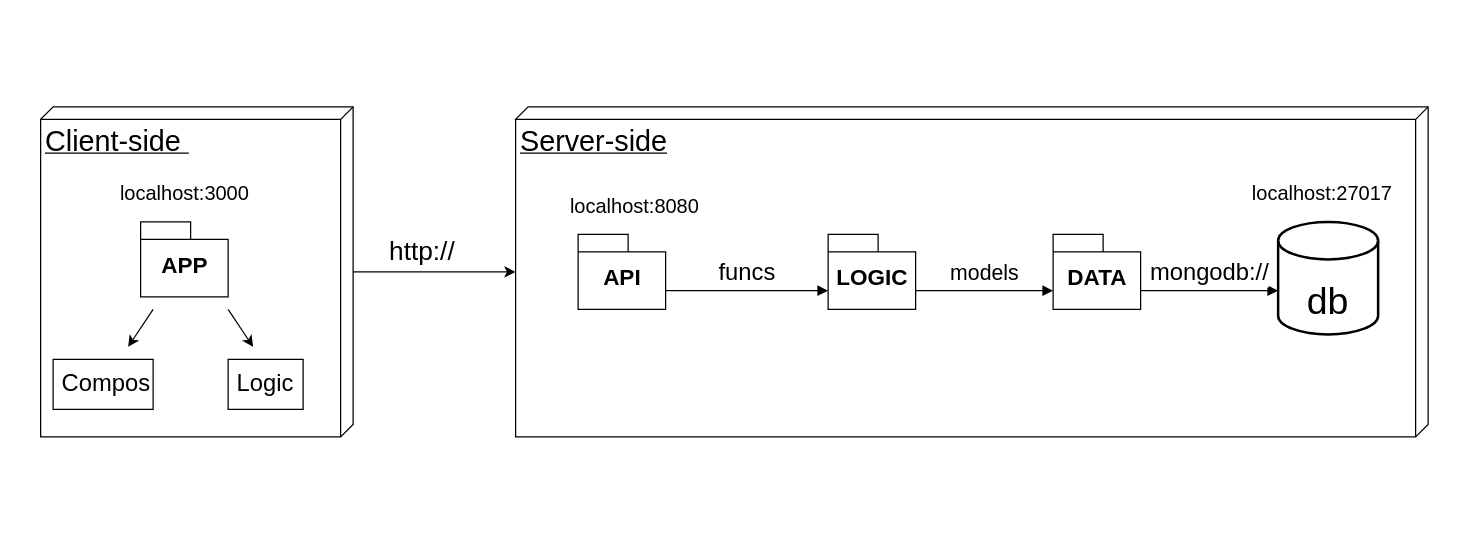
This is staff/paula-rey/full-stack/final-project/docs/images/blocks-diagram.drawio from b00tc4mp/neoland-bootcamp-202201, a draw.io file, before an edit. Source tidied: cells renumbered, new cells numbered last; positions are measured from the earlier drawing's top-left corner, leaving out a move shared by most shapes. Both pictures are drawn from the tidied source at 125%, with x=0, y=0 at pixel (21, 21).
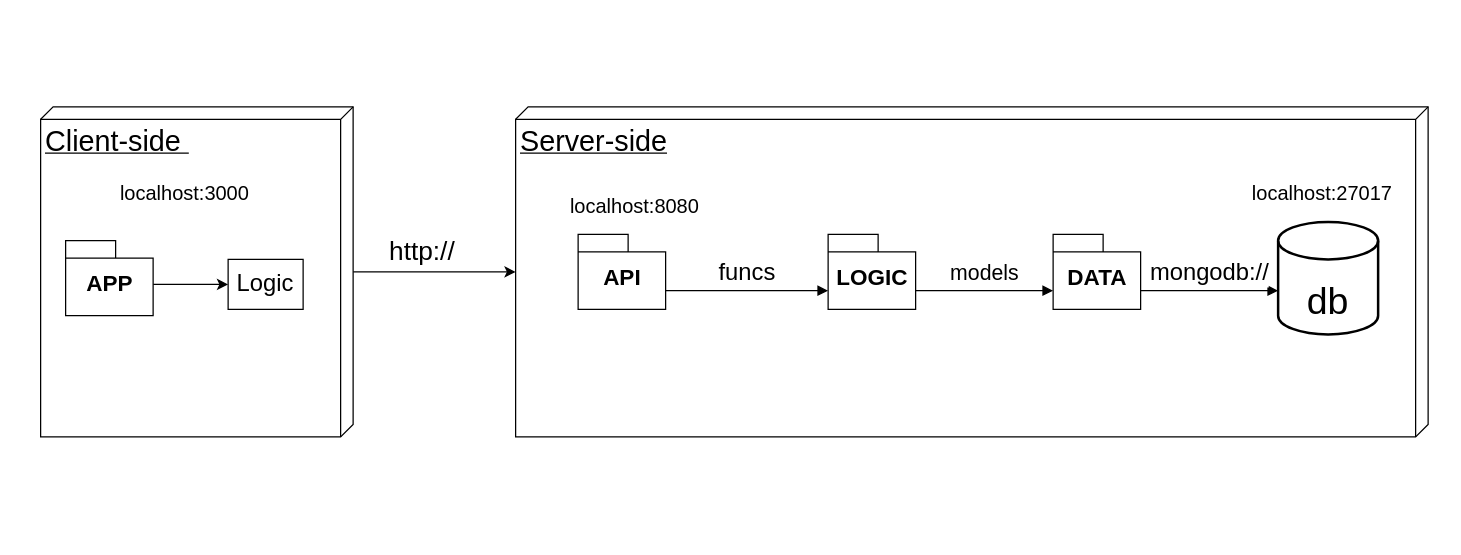
After the change.

Diff of the diagram source:
```diff
@@
-<mxGraphModel>
+<mxGraphModel background="#ffffff">
@@
+    <mxCell id="25" style="edgeStyle=orthogonalEdgeStyle;rounded=0;jettySize=auto;html=1;" parent="1" edge="1" source="4" target="6">
+      <mxGeometry relative="1" as="geometry">
+        <Array as="points">
+          <mxPoint x="125" y="210" />
+          <mxPoint x="125" y="210" />
+        </Array>
+      </mxGeometry>
+    </mxCell>
     <mxCell id="4" value="&lt;font style=&quot;font-size: 18px&quot;&gt;APP&lt;/font&gt;" style="shape=folder;fontStyle=1;spacingTop=10;tabWidth=40;tabHeight=14;tabPosition=left;html=1;" parent="1" vertex="1">
-      <mxGeometry x="95" y="160" width="70" height="60" as="geometry" />
+      <mxGeometry x="35" y="175" width="70" height="60" as="geometry" />
     </mxCell>
-    <mxCell id="5" value="&amp;nbsp;Compos" style="rounded=0;whiteSpace=wrap;html=1;fontSize=19;" parent="1" vertex="1">
-      <mxGeometry x="25" y="270" width="80" height="40" as="geometry" />
-    </mxCell>
     <mxCell id="6" value="Logic" style="rounded=0;whiteSpace=wrap;html=1;fontSize=19;" parent="1" vertex="1">
-      <mxGeometry x="165" y="270" width="60" height="40" as="geometry" />
+      <mxGeometry x="165" y="190" width="60" height="40" as="geometry" />
     </mxCell>
-    <mxCell id="7" style="endArrow=classic;html=1;rounded=0;fontSize=19;" parent="1" edge="1">
-      <mxGeometry relative="1" as="geometry">
-        <mxPoint x="105" y="230" as="sourcePoint" />
-        <mxPoint x="85" y="260" as="targetPoint" />
-      </mxGeometry>
-    </mxCell>
-    <mxCell id="8" style="endArrow=classic;html=1;rounded=0;fontSize=19;" parent="1" edge="1">
-      <mxGeometry relative="1" as="geometry">
-        <mxPoint x="165" y="230" as="sourcePoint" />
-        <mxPoint x="185" y="260" as="targetPoint" />
-      </mxGeometry>
-    </mxCell>
```
